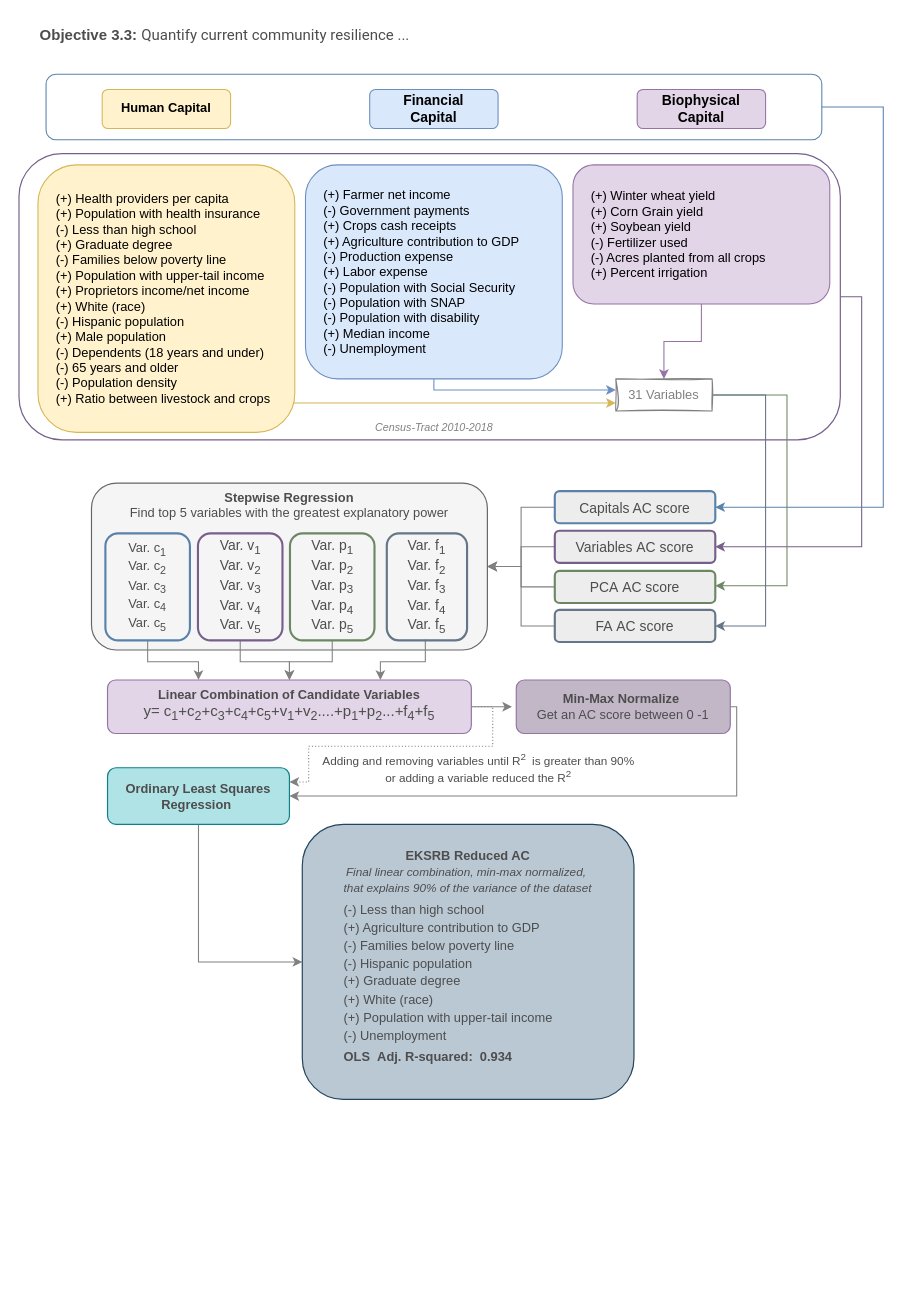
Above: relative std deviation.drawio in dealchre/gradDrawio (draw.io), before the change. Source tidied: cells renumbered, new cells numbered last; positions are measured from the earlier drawing's top-left corner, leaving out a move shared by most shapes. Both pictures are drawn from the tidied source at 107%, with x=0, y=0 at pixel (37, -281).
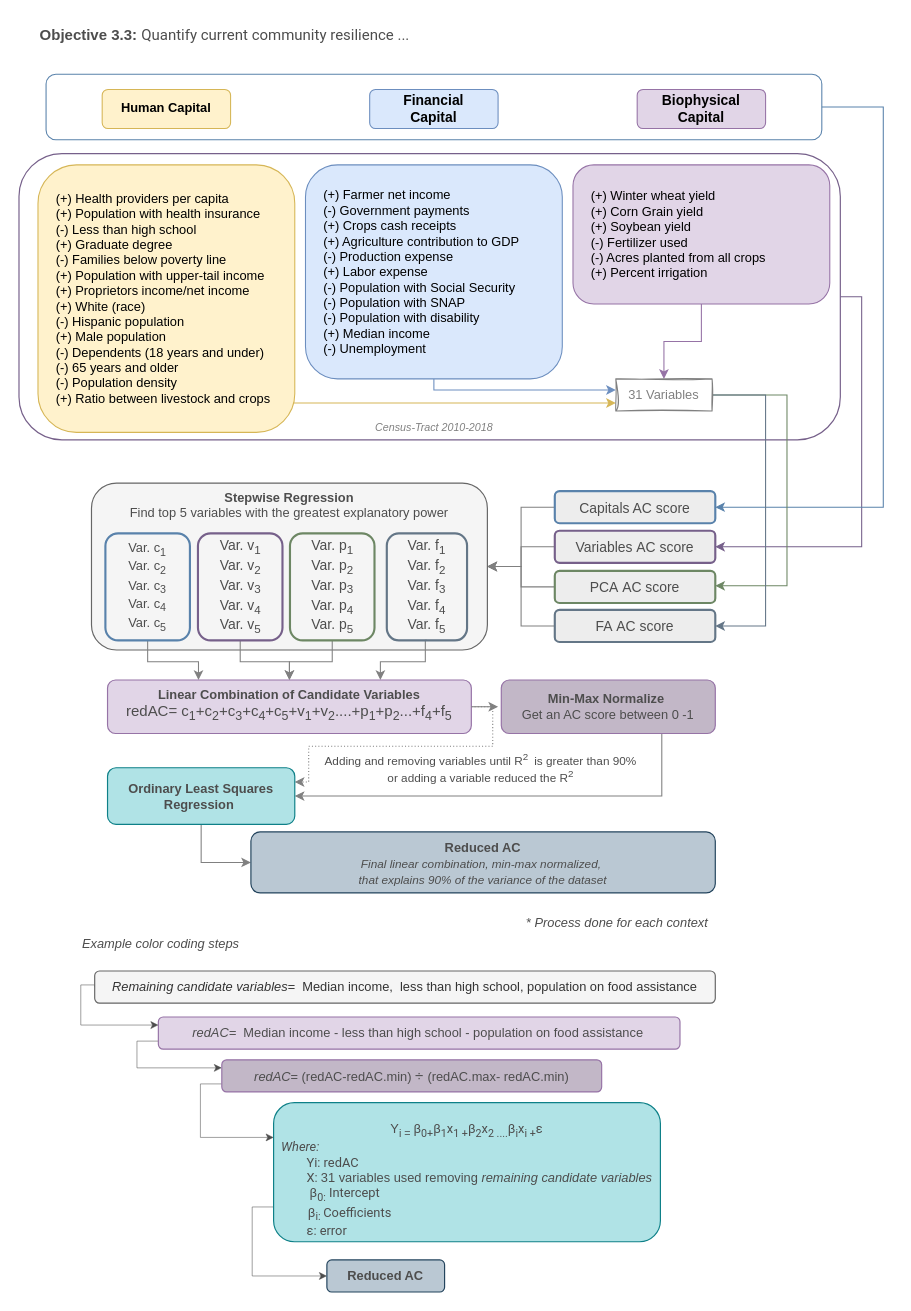
After the change.

Diff of the diagram source:
```diff
@@
-    <mxCell id="19" style="edgeStyle=orthogonalEdgeStyle;rounded=0;jettySize=auto;html=1;strokeColor=#808080;align=center;verticalAlign=middle;fontFamily=Helvetica;fontSize=11;fontColor=#4D4D4D;labelBackgroundColor=default;endArrow=classic;exitX=1;exitY=0.5;exitDx=0;exitDy=0;entryX=1;entryY=0.5;entryDx=0;entryDy=0;" parent="1" edge="1" source="26" target="24">
+    <mxCell id="19" style="edgeStyle=orthogonalEdgeStyle;rounded=0;jettySize=auto;html=1;strokeColor=#808080;align=center;verticalAlign=middle;fontFamily=Helvetica;fontSize=11;fontColor=#4D4D4D;labelBackgroundColor=default;endArrow=classic;exitX=0.75;exitY=1;exitDx=0;exitDy=0;entryX=1;entryY=0.5;entryDx=0;entryDy=0;" parent="1" edge="1" source="26" target="24">
       <mxGeometry relative="1" as="geometry">
         <Array as="points">
-          <mxPoint x="653" y="923" />
-          <mxPoint x="653" y="1006" />
+          <mxPoint x="583" y="1007" />
         </Array>
       </mxGeometry>
     </mxCell>
     <mxCell id="20" style="edgeStyle=orthogonalEdgeStyle;rounded=0;jettySize=auto;html=1;exitX=1;exitY=0.5;exitDx=0;exitDy=0;strokeColor=#808080;align=center;verticalAlign=middle;fontFamily=Helvetica;fontSize=11;fontColor=#4D4D4D;labelBackgroundColor=default;endArrow=classic;" parent="1" edge="1" source="21">
       <mxGeometry relative="1" as="geometry">
-        <mxPoint x="443" y="923" as="targetPoint" />
+        <mxPoint x="430" y="923" as="targetPoint" />
       </mxGeometry>
     </mxCell>
-    <mxCell id="21" value="&lt;div style=&quot;&quot;&gt;&lt;b&gt;Linear Combination of Candidate Variables&lt;/b&gt;&lt;/div&gt;&lt;div style=&quot;&quot;&gt;&lt;span style=&quot;background-color: initial; font-size: 14px;&quot;&gt;&lt;div style=&quot;&quot;&gt;&lt;font style=&quot;font-size: 14px;&quot;&gt;y= c&lt;/font&gt;&lt;span style=&quot;&quot;&gt;&lt;sub&gt;1&lt;/sub&gt;+&lt;/span&gt;&lt;font style=&quot;font-size: 14px;&quot;&gt;c&lt;/font&gt;&lt;sub style=&quot;&quot;&gt;2&lt;/sub&gt;&lt;span style=&quot;&quot;&gt;+c&lt;/span&gt;&lt;sub style=&quot;&quot;&gt;3&lt;/sub&gt;&lt;span style=&quot;&quot;&gt;+c&lt;/span&gt;&lt;sub style=&quot;&quot;&gt;4&lt;/sub&gt;&lt;span style=&quot;&quot;&gt;+c&lt;/span&gt;&lt;sub style=&quot;&quot;&gt;5&lt;/sub&gt;&lt;span style=&quot;&quot;&gt;+v&lt;/span&gt;&lt;sub style=&quot;&quot;&gt;1&lt;/sub&gt;&lt;span style=&quot;&quot;&gt;+v&lt;/span&gt;&lt;sub style=&quot;&quot;&gt;2&lt;/sub&gt;&lt;span style=&quot;&quot;&gt;....+p&lt;/span&gt;&lt;sub style=&quot;&quot;&gt;1&lt;/sub&gt;&lt;span style=&quot;&quot;&gt;+p&lt;/span&gt;&lt;sub style=&quot;&quot;&gt;2&lt;/sub&gt;&lt;span style=&quot;&quot;&gt;...+f&lt;/span&gt;&lt;sub style=&quot;&quot;&gt;4&lt;/sub&gt;&lt;span style=&quot;&quot;&gt;+f&lt;/span&gt;&lt;sub style=&quot;&quot;&gt;5&lt;/sub&gt;&lt;/div&gt;&lt;/span&gt;&lt;/div&gt;" style="text;html=1;strokeColor=#9673a6;fillColor=#e1d5e7;align=center;verticalAlign=top;whiteSpace=wrap;rounded=1;fontSize=12;strokeWidth=1.1;labelBorderColor=none;labelBackgroundColor=none;fontColor=#4D4D4D;" parent="1" vertex="1">
+    <mxCell id="21" value="&lt;div style=&quot;&quot;&gt;&lt;b&gt;Linear Combination of Candidate Variables&lt;/b&gt;&lt;/div&gt;&lt;div style=&quot;&quot;&gt;&lt;span style=&quot;background-color: initial; font-size: 14px;&quot;&gt;&lt;div style=&quot;&quot;&gt;&lt;font style=&quot;font-size: 14px;&quot;&gt;redAC= c&lt;/font&gt;&lt;span style=&quot;&quot;&gt;&lt;sub&gt;1&lt;/sub&gt;+&lt;/span&gt;&lt;font style=&quot;font-size: 14px;&quot;&gt;c&lt;/font&gt;&lt;sub style=&quot;&quot;&gt;2&lt;/sub&gt;&lt;span style=&quot;&quot;&gt;+c&lt;/span&gt;&lt;sub style=&quot;&quot;&gt;3&lt;/sub&gt;&lt;span style=&quot;&quot;&gt;+c&lt;/span&gt;&lt;sub style=&quot;&quot;&gt;4&lt;/sub&gt;&lt;span style=&quot;&quot;&gt;+c&lt;/span&gt;&lt;sub style=&quot;&quot;&gt;5&lt;/sub&gt;&lt;span style=&quot;&quot;&gt;+v&lt;/span&gt;&lt;sub style=&quot;&quot;&gt;1&lt;/sub&gt;&lt;span style=&quot;&quot;&gt;+v&lt;/span&gt;&lt;sub style=&quot;&quot;&gt;2&lt;/sub&gt;&lt;span style=&quot;&quot;&gt;....+p&lt;/span&gt;&lt;sub style=&quot;&quot;&gt;1&lt;/sub&gt;&lt;span style=&quot;&quot;&gt;+p&lt;/span&gt;&lt;sub style=&quot;&quot;&gt;2&lt;/sub&gt;&lt;span style=&quot;&quot;&gt;...+f&lt;/span&gt;&lt;sub style=&quot;&quot;&gt;4&lt;/sub&gt;&lt;span style=&quot;&quot;&gt;+f&lt;/span&gt;&lt;sub style=&quot;&quot;&gt;5&lt;/sub&gt;&lt;/div&gt;&lt;/span&gt;&lt;/div&gt;" style="text;html=1;strokeColor=#9673a6;fillColor=#e1d5e7;align=center;verticalAlign=top;whiteSpace=wrap;rounded=1;fontSize=12;strokeWidth=1.1;labelBorderColor=none;labelBackgroundColor=none;fontColor=#4D4D4D;" parent="1" vertex="1">
       <mxGeometry x="65" y="898" width="340" height="50" as="geometry" />
     </mxCell>
@@
-    <mxCell id="23" style="edgeStyle=orthogonalEdgeStyle;rounded=0;jettySize=auto;html=1;exitX=0.5;exitY=1;exitDx=0;exitDy=0;fontColor=#4D4D4D;strokeColor=#808080;" parent="1" edge="1" source="24" target="25">
+    <mxCell id="23" style="edgeStyle=orthogonalEdgeStyle;rounded=0;jettySize=auto;html=1;exitX=0.5;exitY=1;exitDx=0;exitDy=0;fontColor=#4D4D4D;strokeColor=#808080;entryX=0;entryY=0.5;entryDx=0;entryDy=0;" parent="1" edge="1" source="24" target="25">
       <mxGeometry relative="1" as="geometry" />
     </mxCell>
     <mxCell id="24" value="&lt;b&gt;Ordinary Least Squares Regression&amp;nbsp;&lt;/b&gt;" style="whiteSpace=wrap;html=1;verticalAlign=middle;fillColor=#b0e3e6;strokeColor=#0e8088;rounded=1;strokeWidth=1.1;labelBorderColor=none;labelBackgroundColor=none;fontColor=#4D4D4D;" parent="1" vertex="1">
-      <mxGeometry x="65" y="980" width="170" height="53" as="geometry" />
+      <mxGeometry x="65" y="980" width="175" height="53" as="geometry" />
     </mxCell>
-    <mxCell id="25" value="&lt;div style=&quot;&quot;&gt;&lt;b&gt;EKSRB Reduced AC&lt;/b&gt;&lt;/div&gt;&lt;div style=&quot;font-size: 11px;&quot;&gt;&lt;div style=&quot;line-height: 10.4px;&quot;&gt;&lt;sub style=&quot;&quot;&gt;&lt;i style=&quot;font-size: 11px;&quot;&gt;&lt;font style=&quot;font-size: 11px;&quot;&gt;Final linear combination, min-max normalized,&amp;nbsp;&lt;/font&gt;&lt;/i&gt;&lt;/sub&gt;&lt;/div&gt;&lt;div style=&quot;line-height: 10.4px;&quot;&gt;&lt;sub&gt;&lt;i style=&quot;font-size: 11px;&quot;&gt;&lt;font style=&quot;font-size: 11px;&quot;&gt;that explains 90% of the variance of the dataset&lt;/font&gt;&lt;/i&gt;&lt;/sub&gt;&lt;/div&gt;&lt;/div&gt;&lt;div style=&quot;font-size: 11px;&quot;&gt;&lt;span style=&quot;background-color: initial; font-size: 12px;&quot;&gt;&lt;div style=&quot;line-height: 80%;&quot;&gt;&lt;p style=&quot;text-align: left; line-height: 40%;&quot; class=&quot;MsoNormal&quot;&gt;&lt;span style=&quot;background-color: initial;&quot;&gt;(-) Less than high school&lt;/span&gt;&lt;br&gt;&lt;/p&gt;&lt;p style=&quot;text-align: left; line-height: 40%;&quot; class=&quot;MsoNormal&quot;&gt;(+) Agriculture contribution to GDP&lt;/p&gt;&lt;p style=&quot;text-align: left; line-height: 40%;&quot; class=&quot;MsoNormal&quot;&gt;(-) Families below poverty line&lt;/p&gt;&lt;p style=&quot;text-align: left; line-height: 40%;&quot; class=&quot;MsoNormal&quot;&gt;(-) Hispanic population&lt;/p&gt;&lt;p style=&quot;text-align: left; line-height: 40%;&quot; class=&quot;MsoNormal&quot;&gt;(+) Graduate degree&lt;/p&gt;&lt;p style=&quot;text-align: left; line-height: 40%;&quot; class=&quot;MsoNormal&quot;&gt;(+) White (race)&lt;/p&gt;&lt;p style=&quot;text-align: left; line-height: 40%;&quot; class=&quot;MsoNormal&quot;&gt;(+) Population with upper-tail income&lt;/p&gt;&lt;p style=&quot;text-align: left; line-height: 40%;&quot; class=&quot;MsoNormal&quot;&gt;(-) Unemployment&lt;/p&gt;&lt;p style=&quot;text-align: left; line-height: 12px;&quot; class=&quot;MsoNormal&quot;&gt;&lt;b&gt;OLS&amp;nbsp;&amp;nbsp;Adj. R-squared:&amp;nbsp;&amp;nbsp;0.934&lt;/b&gt;&lt;/p&gt;&lt;/div&gt;&lt;/span&gt;&lt;/div&gt;" style="text;html=1;strokeColor=#23445d;fillColor=#bac8d3;align=center;verticalAlign=middle;whiteSpace=wrap;rounded=1;fontSize=12;strokeWidth=1.1;labelBorderColor=none;labelBackgroundColor=none;fontColor=#4D4D4D;" parent="1" vertex="1">
-      <mxGeometry x="247" y="1033" width="310" height="257" as="geometry" />
+    <mxCell id="25" value="&lt;div style=&quot;&quot;&gt;&lt;b&gt;Reduced AC&lt;/b&gt;&lt;/div&gt;&lt;div style=&quot;font-size: 11px;&quot;&gt;&lt;div style=&quot;line-height: 10.4px;&quot;&gt;&lt;sub style=&quot;&quot;&gt;&lt;i style=&quot;font-size: 11px;&quot;&gt;&lt;font style=&quot;font-size: 11px;&quot;&gt;Final linear combination, min-max normalized,&amp;nbsp;&lt;/font&gt;&lt;/i&gt;&lt;/sub&gt;&lt;/div&gt;&lt;div style=&quot;line-height: 10.4px;&quot;&gt;&lt;sub&gt;&lt;i style=&quot;font-size: 11px;&quot;&gt;&lt;font style=&quot;font-size: 11px;&quot;&gt;that explains 90% of the variance of the dataset&lt;/font&gt;&lt;/i&gt;&lt;/sub&gt;&lt;/div&gt;&lt;/div&gt;" style="text;html=1;strokeColor=#23445d;fillColor=#bac8d3;align=center;verticalAlign=middle;whiteSpace=wrap;rounded=1;fontSize=12;strokeWidth=1.1;labelBorderColor=none;labelBackgroundColor=none;fontColor=#4D4D4D;" parent="1" vertex="1">
+      <mxGeometry x="199" y="1040" width="434" height="57" as="geometry" />
     </mxCell>
     <mxCell id="26" value="&lt;div style=&quot;&quot;&gt;&lt;b&gt;Min-Max Normalize&amp;nbsp;&lt;/b&gt;&lt;br&gt;&lt;font style=&quot;font-size: 12px;&quot;&gt;Get an AC score between 0 -1&lt;/font&gt;&lt;/div&gt;" style="text;html=1;strokeColor=#9673a6;fillColor=#C2B7C7;align=center;verticalAlign=middle;whiteSpace=wrap;rounded=1;fontSize=12;strokeWidth=1.1;labelBorderColor=none;labelBackgroundColor=none;fontColor=#4D4D4D;" parent="1" vertex="1">
-      <mxGeometry x="447" y="898" width="200" height="50" as="geometry" />
+      <mxGeometry x="433" y="898" width="200" height="50" as="geometry" />
     </mxCell>
@@
+    <mxCell id="45" style="edgeStyle=orthogonalEdgeStyle;rounded=0;jettySize=auto;html=1;exitX=0;exitY=0.75;exitDx=0;exitDy=0;entryX=0;entryY=0.25;entryDx=0;entryDy=0;strokeColor=#4D4D4D;strokeWidth=0.5;align=center;verticalAlign=middle;fontFamily=Helvetica;fontSize=11;fontColor=default;labelBackgroundColor=default;endArrow=classic;" parent="1" edge="1" source="46" target="48">
+      <mxGeometry relative="1" as="geometry" />
+    </mxCell>
+    <mxCell id="46" value="&lt;i&gt;redAC=&amp;nbsp;&lt;/i&gt; Median income - less than high school - population on food assistance&amp;nbsp;" style="whiteSpace=wrap;html=1;verticalAlign=middle;fillColor=#e1d5e7;strokeColor=#9673a6;rounded=1;strokeWidth=1.1;labelBorderColor=none;labelBackgroundColor=none;fontColor=#4D4D4D;align=center;fontFamily=Helvetica;fontSize=12;gradientColor=none;" parent="1" vertex="1">
+      <mxGeometry x="112.5" y="1213" width="487.5" height="30" as="geometry" />
+    </mxCell>
+    <mxCell id="47" style="edgeStyle=orthogonalEdgeStyle;rounded=0;jettySize=auto;html=1;exitX=0;exitY=0.75;exitDx=0;exitDy=0;entryX=0;entryY=0.25;entryDx=0;entryDy=0;strokeColor=#4D4D4D;strokeWidth=0.5;align=center;verticalAlign=middle;fontFamily=Helvetica;fontSize=11;fontColor=default;labelBackgroundColor=default;endArrow=classic;" parent="1" edge="1" source="48" target="50">
+      <mxGeometry relative="1" as="geometry" />
+    </mxCell>
+    <mxCell id="48" value="&lt;div style=&quot;&quot;&gt;&lt;i&gt;redAC&lt;/i&gt;= (&lt;span style=&quot;background-color: initial;&quot;&gt;redAC-&lt;/span&gt;&lt;span style=&quot;background-color: initial;&quot;&gt;redAC.min)&amp;nbsp;&lt;/span&gt;&lt;span style=&quot;text-align: left;&quot;&gt;&lt;font style=&quot;font-size: 14px;&quot; face=&quot;Helvetica&quot;&gt;÷&amp;nbsp;&lt;/font&gt;&lt;/span&gt;&lt;span style=&quot;background-color: initial;&quot;&gt;(&lt;/span&gt;&lt;span style=&quot;background-color: initial;&quot;&gt;redAC.max-&amp;nbsp;&lt;/span&gt;&lt;span style=&quot;background-color: initial;&quot;&gt;redAC.min)&lt;/span&gt;&lt;/div&gt;" style="text;html=1;strokeColor=#9673a6;fillColor=#C2B7C7;align=center;verticalAlign=middle;whiteSpace=wrap;rounded=1;fontSize=12;strokeWidth=1.1;labelBorderColor=none;labelBackgroundColor=none;fontColor=#4D4D4D;" parent="1" vertex="1">
+      <mxGeometry x="171.8" y="1253" width="355" height="30" as="geometry" />
+    </mxCell>
+    <mxCell id="49" style="edgeStyle=orthogonalEdgeStyle;rounded=0;jettySize=auto;html=1;exitX=0;exitY=0.75;exitDx=0;exitDy=0;strokeColor=#4D4D4D;strokeWidth=0.5;align=center;verticalAlign=middle;fontFamily=Helvetica;fontSize=11;fontColor=default;labelBackgroundColor=default;endArrow=classic;entryX=0;entryY=0.5;entryDx=0;entryDy=0;" parent="1" edge="1" source="50" target="53">
+      <mxGeometry relative="1" as="geometry" />
+    </mxCell>
+    <mxCell id="50" value="&lt;div&gt;&lt;font style=&quot;font-size: 12px;&quot;&gt;&lt;br&gt;&lt;/font&gt;&lt;/div&gt;&lt;div&gt;&lt;font style=&quot;font-size: 12px;&quot;&gt;Y&lt;sub&gt;i =&amp;nbsp;&lt;/sub&gt;&lt;span style=&quot;font-family: &amp;quot;Google Sans&amp;quot;, Roboto, Arial, sans-serif; text-align: left;&quot;&gt;β&lt;sub style=&quot;&quot;&gt;0+&lt;/sub&gt;&lt;/span&gt;&lt;span style=&quot;font-family: &amp;quot;Google Sans&amp;quot;, Roboto, Arial, sans-serif; text-align: left;&quot;&gt;β&lt;sub&gt;1&lt;/sub&gt;x&lt;sub&gt;1 +&lt;/sub&gt;&lt;/span&gt;&lt;span style=&quot;font-family: &amp;quot;Google Sans&amp;quot;, Roboto, Arial, sans-serif; text-align: left;&quot;&gt;β&lt;/span&gt;&lt;span style=&quot;font-family: &amp;quot;Google Sans&amp;quot;, Roboto, Arial, sans-serif; text-align: left;&quot;&gt;&lt;sub&gt;2&lt;/sub&gt;&lt;/span&gt;&lt;span style=&quot;font-family: &amp;quot;Google Sans&amp;quot;, Roboto, Arial, sans-serif; text-align: left;&quot;&gt;&lt;span style=&quot;&quot;&gt;x&lt;sub&gt;2&lt;/sub&gt;&lt;/span&gt;&lt;sub style=&quot;&quot;&gt;&amp;nbsp;....&lt;/sub&gt;&lt;/span&gt;&lt;span style=&quot;font-family: &amp;quot;Google Sans&amp;quot;, Roboto, Arial, sans-serif; text-align: left;&quot;&gt;β&lt;/span&gt;&lt;span style=&quot;font-family: &amp;quot;Google Sans&amp;quot;, Roboto, Arial, sans-serif; text-align: left;&quot;&gt;&lt;span style=&quot;&quot;&gt;&lt;sub&gt;i&lt;/sub&gt;&lt;/span&gt;&lt;span style=&quot;&quot;&gt;x&lt;sub&gt;i&lt;/sub&gt;&lt;/span&gt;&lt;sub style=&quot;&quot;&gt;&amp;nbsp;+&lt;/sub&gt;&lt;/span&gt;&lt;span style=&quot;font-family: &amp;quot;Google Sans&amp;quot;, Roboto, Arial, sans-serif; text-align: left;&quot;&gt;ε&lt;/span&gt;&lt;/font&gt;&lt;/div&gt;&lt;div style=&quot;text-align: left;&quot;&gt;&lt;font style=&quot;font-size: 12px;&quot; face=&quot;Google Sans, Roboto, Arial, sans-serif&quot;&gt;&lt;i&gt;Where:&lt;/i&gt;&amp;nbsp;&lt;/font&gt;&lt;/div&gt;&lt;div style=&quot;text-align: left;&quot;&gt;&lt;font style=&quot;font-size: 12px;&quot; face=&quot;Google Sans, Roboto, Arial, sans-serif&quot;&gt;&lt;span style=&quot;white-space: pre;&quot;&gt;&#9;&lt;/span&gt;Yi: redAC&lt;/font&gt;&lt;/div&gt;&lt;div style=&quot;text-align: left;&quot;&gt;&lt;font style=&quot;font-size: 12px;&quot;&gt;&lt;font style=&quot;font-size: 12px;&quot; face=&quot;Google Sans, Roboto, Arial, sans-serif&quot;&gt;&lt;span style=&quot;white-space: pre;&quot;&gt;&#9;&lt;/span&gt;X:&amp;nbsp;&lt;/font&gt;&lt;span style=&quot;background-color: initial; text-align: center;&quot;&gt;31 variables used removing &lt;i&gt;remaining candidate variables&lt;/i&gt;&lt;/span&gt;&lt;/font&gt;&lt;/div&gt;&lt;div style=&quot;text-align: left;&quot;&gt;&lt;font style=&quot;font-size: 12px;&quot;&gt;&lt;span style=&quot;background-color: initial; text-align: center;&quot;&gt;&lt;i&gt;&lt;span style=&quot;white-space: pre;&quot;&gt;&lt;span style=&quot;white-space: pre;&quot;&gt;&#9;&lt;/span&gt;&lt;/span&gt;&lt;/i&gt;&lt;/span&gt;&lt;/font&gt;&lt;span style=&quot;background-color: initial; font-family: &amp;quot;Google Sans&amp;quot;, Roboto, Arial, sans-serif;&quot;&gt;β&lt;sub&gt;0:&lt;/sub&gt; Intercept&lt;/span&gt;&lt;/div&gt;&lt;div style=&quot;text-align: left;&quot;&gt;&lt;sub style=&quot;text-align: center;&quot;&gt;&amp;nbsp;&lt;span style=&quot;white-space: pre;&quot;&gt;&#9;&amp;nbsp;&lt;/span&gt;&lt;/sub&gt;&lt;span style=&quot;font-family: &amp;quot;Google Sans&amp;quot;, Roboto, Arial, sans-serif;&quot;&gt;β&lt;sub&gt;i: &lt;/sub&gt;Coefficients&lt;/span&gt;&lt;span style=&quot;background-color: initial; font-family: &amp;quot;Google Sans&amp;quot;, Roboto, Arial, sans-serif;&quot;&gt;&lt;sub&gt;&lt;br&gt;&lt;/sub&gt;&lt;/span&gt;&lt;/div&gt;&lt;div style=&quot;text-align: left;&quot;&gt;&lt;span style=&quot;background-color: initial; font-family: &amp;quot;Google Sans&amp;quot;, Roboto, Arial, sans-serif;&quot;&gt;&lt;span style=&quot;white-space: pre;&quot;&gt;&#9;&lt;/span&gt;ε: error&lt;/span&gt;&lt;/div&gt;&lt;div style=&quot;text-align: left;&quot;&gt;&lt;/div&gt;" style="whiteSpace=wrap;html=1;verticalAlign=middle;fillColor=#b0e3e6;strokeColor=#0e8088;rounded=1;strokeWidth=1.1;labelBorderColor=none;labelBackgroundColor=none;fontColor=#4D4D4D;" parent="1" vertex="1">
+      <mxGeometry x="220.2" y="1293" width="361.5" height="130" as="geometry" />
+    </mxCell>
+    <mxCell id="51" style="edgeStyle=orthogonalEdgeStyle;rounded=0;jettySize=auto;html=1;exitX=0;exitY=0.5;exitDx=0;exitDy=0;entryX=0;entryY=0.25;entryDx=0;entryDy=0;strokeColor=#4D4D4D;strokeWidth=0.5;" parent="1" edge="1" source="52" target="46">
+      <mxGeometry relative="1" as="geometry">
+        <Array as="points">
+          <mxPoint x="40" y="1183" />
+          <mxPoint x="40" y="1221" />
+        </Array>
+      </mxGeometry>
+    </mxCell>
+    <mxCell id="52" value="&lt;i&gt;Remaining candidate variables=&lt;/i&gt;&amp;nbsp; Median income,&amp;nbsp; less than high school, population on food assistance" style="whiteSpace=wrap;html=1;verticalAlign=middle;fillColor=#f5f5f5;strokeColor=#666666;rounded=1;strokeWidth=1.1;labelBorderColor=none;labelBackgroundColor=none;fontColor=#333333;align=center;fontFamily=Helvetica;fontSize=12;" parent="1" vertex="1">
+      <mxGeometry x="53" y="1170" width="580" height="30" as="geometry" />
+    </mxCell>
+    <mxCell id="53" value="&lt;div style=&quot;&quot;&gt;&lt;b&gt;Reduced AC&lt;/b&gt;&lt;/div&gt;" style="text;html=1;strokeColor=#23445d;fillColor=#bac8d3;align=center;verticalAlign=middle;whiteSpace=wrap;rounded=1;fontSize=12;strokeWidth=1.1;labelBorderColor=none;labelBackgroundColor=none;fontColor=#4D4D4D;" parent="1" vertex="1">
+      <mxGeometry x="270" y="1440" width="110" height="30" as="geometry" />
+    </mxCell>
+    <mxCell id="54" value="Example color coding steps" style="text;html=1;align=center;verticalAlign=middle;whiteSpace=wrap;rounded=0;fontStyle=2;fontColor=#4D4D4D;" parent="1" vertex="1">
+      <mxGeometry x="35" y="1130" width="160" height="30" as="geometry" />
+    </mxCell>
+    <mxCell id="55" value="* Process done for each context" style="text;html=1;align=center;verticalAlign=middle;whiteSpace=wrap;rounded=0;fontStyle=2;fontColor=#4D4D4D;" parent="1" vertex="1">
+      <mxGeometry x="450" y="1110" width="183" height="30" as="geometry" />
+    </mxCell>
```
